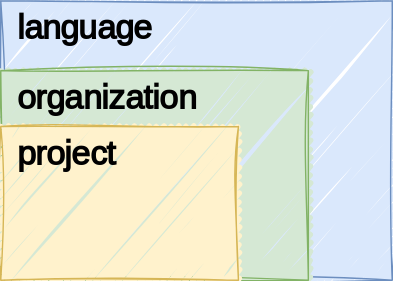
Above: lectures/figures/style_hierarchy.drawio.svg in pintergreg/software-engineering (draw.io), before the change. Source tidied: cells renumbered, new cells last; positions are measured from the earlier drawing's top-left corner, leaving out a move shared by most shapes.
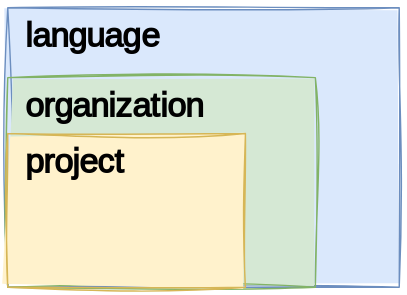
After the commit.

Diff of the diagram source:
```diff
@@ -2,21 +2,21 @@
   <root>
     <mxCell id="0" />
     <mxCell id="1" parent="0" />
-    <mxCell id="2" style="rounded=0;whiteSpace=wrap;html=1;fillColor=#dae8fc;strokeColor=#6c8ebf;sketch=1;curveFitting=1;jiggle=2;fillWeight=4;" parent="1" vertex="1">
-      <mxGeometry width="280" height="200" as="geometry" />
-    </mxCell>
+    <mxCell id="8" style="rounded=0;whiteSpace=wrap;html=1;fillColor=#dae8fc;strokeColor=#6c8ebf;sketch=1;curveFitting=1;jiggle=2;fillWeight=4;fillStyle=solid;" parent="1" vertex="1">
+      <mxGeometry width="280" height="200" as="geometry" />
+    </mxCell>
     <mxCell id="3" value="language" style="text;html=1;align=left;verticalAlign=middle;whiteSpace=wrap;rounded=0;fontSize=24;fontStyle=1;fontFamily=Delicious Handrawn;fontSource=https%3A%2F%2Ffonts.googleapis.com%2Fcss%3Ffamily%3DDelicious%2BHandrawn;spacingLeft=10;" parent="1" vertex="1">
       <mxGeometry width="120" height="40" as="geometry" />
     </mxCell>
-    <mxCell id="4" style="rounded=0;whiteSpace=wrap;html=1;fillColor=#d5e8d4;strokeColor=#82b366;sketch=1;curveFitting=1;jiggle=2;fillWeight=4;" parent="1" vertex="1">
-      <mxGeometry y="50" width="220" height="150" as="geometry" />
-    </mxCell>
+    <mxCell id="9" style="rounded=0;whiteSpace=wrap;html=1;fillColor=#d5e8d4;strokeColor=#82b366;sketch=1;curveFitting=1;jiggle=2;fillWeight=4;fillStyle=solid;" parent="1" vertex="1">
+      <mxGeometry y="50" width="220" height="150" as="geometry" />
+    </mxCell>
     <mxCell id="5" value="organization" style="text;html=1;align=left;verticalAlign=middle;whiteSpace=wrap;rounded=0;fontSize=24;fontStyle=1;fontFamily=Delicious Handrawn;fontSource=https%3A%2F%2Ffonts.googleapis.com%2Fcss%3Ffamily%3DDelicious%2BHandrawn;spacingLeft=10;" parent="1" vertex="1">
       <mxGeometry y="50" width="120" height="40" as="geometry" />
     </mxCell>
-    <mxCell id="6" style="rounded=0;whiteSpace=wrap;html=1;fillColor=#fff2cc;strokeColor=#d6b656;sketch=1;curveFitting=1;jiggle=2;fillWeight=4;" parent="1" vertex="1">
-      <mxGeometry y="90" width="170" height="110" as="geometry" />
-    </mxCell>
+    <mxCell id="10" style="rounded=0;whiteSpace=wrap;html=1;fillColor=#fff2cc;strokeColor=#d6b656;sketch=1;curveFitting=1;jiggle=2;fillWeight=4;fillStyle=solid;" parent="1" vertex="1">
+      <mxGeometry y="90" width="170" height="110" as="geometry" />
+    </mxCell>
     <mxCell id="7" value="project" style="text;html=1;align=left;verticalAlign=middle;whiteSpace=wrap;rounded=0;fontSize=24;fontStyle=1;fontFamily=Delicious Handrawn;fontSource=https%3A%2F%2Ffonts.googleapis.com%2Fcss%3Ffamily%3DDelicious%2BHandrawn;spacingLeft=10;" parent="1" vertex="1">
       <mxGeometry y="90" width="120" height="40" as="geometry" />
     </mxCell>
```
